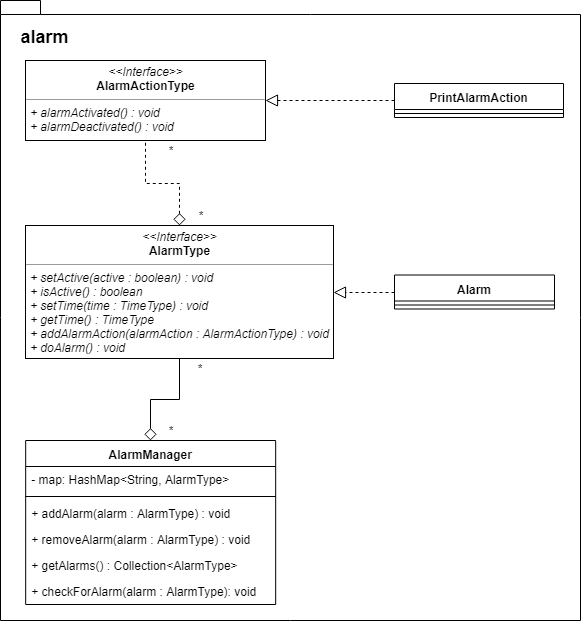
The draw.io diagram oodp-lab-2/documentation/uml_alarm_package.png in ThomasLundgren/OODP, before a commit. Source tidied: cells renumbered, new cells last; positions are measured from the earlier drawing's top-left corner, leaving out a move shared by most shapes.
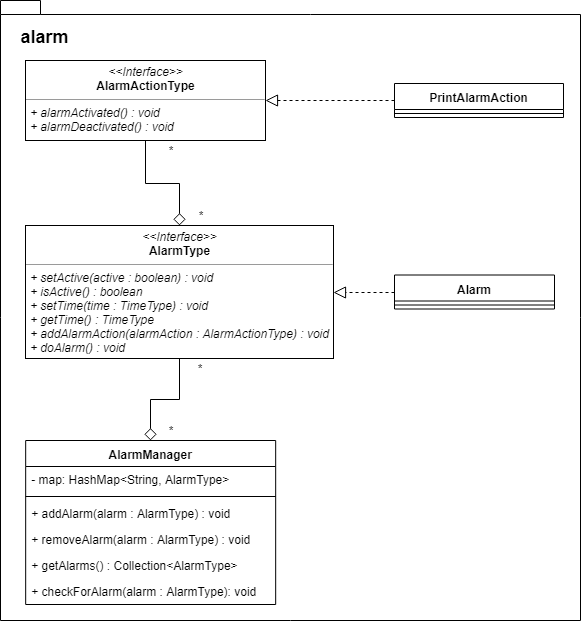
The same file after the commit.

Diff of the diagram source:
```diff
@@ -44,7 +44,7 @@
     <mxCell id="15" value="+ checkForAlarm(alarm : AlarmType): void" style="text;strokeColor=none;fillColor=none;align=left;verticalAlign=top;spacingLeft=4;spacingRight=4;overflow=hidden;" parent="9" vertex="1">
       <mxGeometry y="138" width="250" height="26" as="geometry" />
     </mxCell>
-    <mxCell id="16" style="edgeStyle=orthogonalEdgeStyle;rounded=0;jettySize=auto;html=1;exitX=0.5;exitY=0;exitDx=0;exitDy=0;entryX=0.5;entryY=1;entryDx=0;entryDy=0;dashed=1;startArrow=diamond;startFill=0;startSize=10;endArrow=none;endFill=0;endSize=10;fontSize=12;" parent="1" edge="1" source="17" target="3">
+    <mxCell id="16" style="edgeStyle=orthogonalEdgeStyle;rounded=0;jettySize=auto;html=1;exitX=0.5;exitY=0;exitDx=0;exitDy=0;entryX=0.5;entryY=1;entryDx=0;entryDy=0;startArrow=diamond;startFill=0;startSize=10;endArrow=none;endFill=0;endSize=10;fontSize=12;" parent="1" edge="1" source="17" target="3">
       <mxGeometry relative="1" as="geometry" />
     </mxCell>
     <mxCell id="17" value="&lt;p style=&quot;margin: 0px ; margin-top: 4px ; text-align: center&quot;&gt;&lt;i&gt;&amp;lt;&amp;lt;Interface&amp;gt;&amp;gt;&lt;/i&gt;&lt;br&gt;&lt;b&gt;AlarmType&lt;/b&gt;&lt;/p&gt;&lt;hr size=&quot;1&quot;&gt;&lt;p style=&quot;margin: 0px ; margin-left: 4px&quot;&gt;&lt;i&gt;+ setActive(active : boolean) : void&lt;/i&gt;&lt;/p&gt;&lt;p style=&quot;margin: 0px ; margin-left: 4px&quot;&gt;&lt;i&gt;+ isActive() : boolean&lt;/i&gt;&lt;/p&gt;&lt;p style=&quot;margin: 0px ; margin-left: 4px&quot;&gt;&lt;i&gt;+ setTime(time : TimeType) : void&lt;/i&gt;&lt;/p&gt;&lt;p style=&quot;margin: 0px ; margin-left: 4px&quot;&gt;&lt;i&gt;+ getTime() : TimeType&lt;/i&gt;&lt;/p&gt;&lt;p style=&quot;margin: 0px ; margin-left: 4px&quot;&gt;&lt;i&gt;+ addAlarmAction(alarmAction : AlarmActionType) : void&lt;/i&gt;&lt;/p&gt;&lt;p style=&quot;margin: 0px ; margin-left: 4px&quot;&gt;&lt;i&gt;+ doAlarm() : void&lt;/i&gt;&lt;/p&gt;" style="verticalAlign=top;align=left;overflow=fill;fontSize=12;fontFamily=Helvetica;html=1;" parent="1" vertex="1">
```
